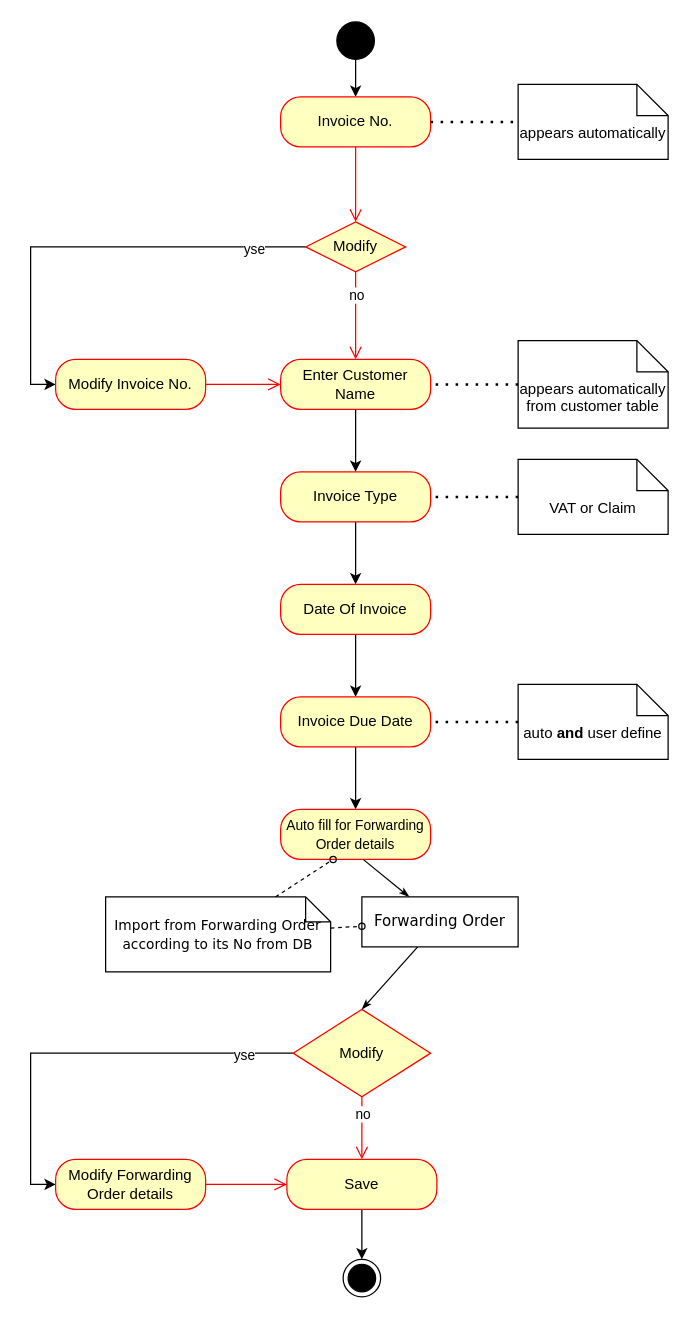
Earlier version of the draw.io diagram VAT Tax Invoice.drawio (amrawni33/Transfer). Source tidied: cells renumbered, new cells numbered last; positions are measured from the earlier drawing's top-left corner, leaving out a move shared by most shapes. Both pictures are drawn from the tidied source at 125%, with x=0, y=0 at pixel (55, 21).
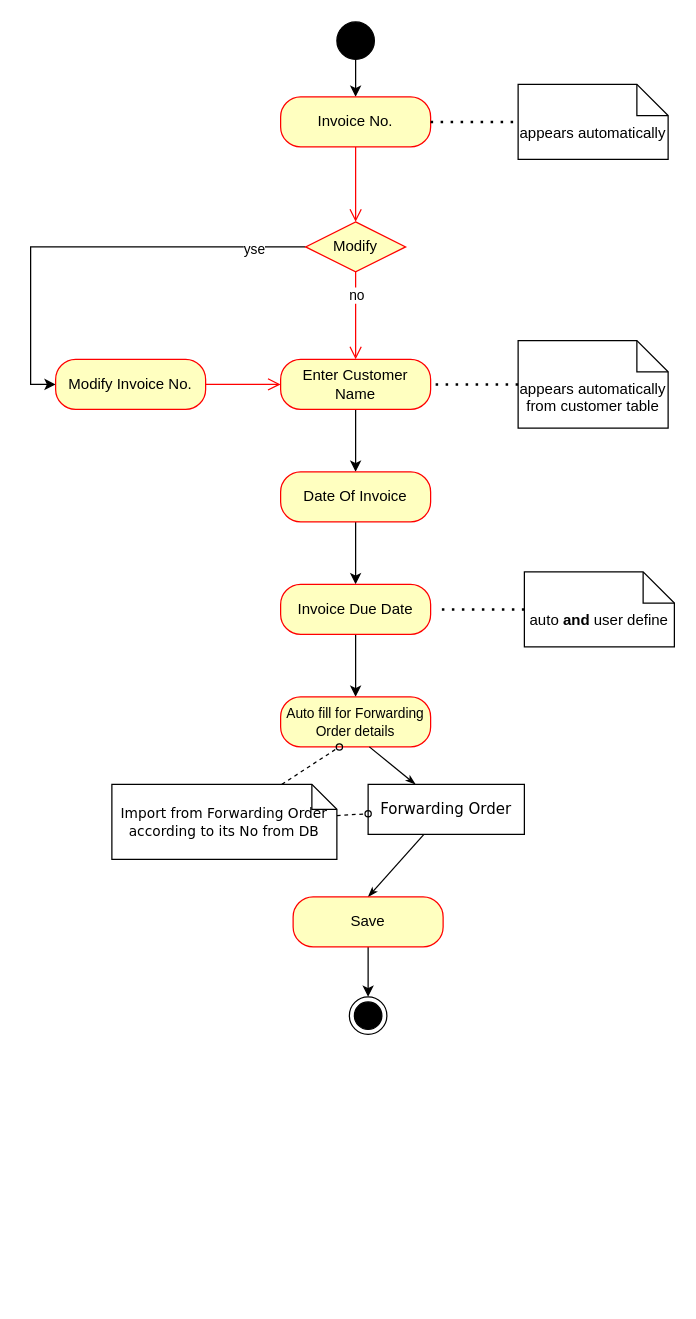
The same diagram, later.

The change refers to these unchanged cells:
```xml
<mxCell id="7" value="Enter Customer Name" style="rounded=1;whiteSpace=wrap;html=1;arcSize=40;fontColor=#000000;fillColor=#ffffc0;strokeColor=#ff0000;" parent="1" vertex="1">
  <mxGeometry x="180" y="270" width="120" height="40" as="geometry" />
</mxCell>
```

Diff of the diagram source:
```diff
@@
-    <mxCell id="6" style="edgeStyle=orthogonalEdgeStyle;rounded=0;jettySize=auto;html=1;" parent="1" edge="1" source="7" target="20">
+    <mxCell id="6" style="edgeStyle=orthogonalEdgeStyle;rounded=0;jettySize=auto;html=1;entryX=0.5;entryY=0;entryDx=0;entryDy=0;" parent="1" edge="1" source="7" target="24">
       <mxGeometry relative="1" as="geometry" />
     </mxCell>
@@
-    <mxCell id="19" style="edgeStyle=orthogonalEdgeStyle;rounded=0;jettySize=auto;html=1;" parent="1" edge="1" source="20" target="24">
-      <mxGeometry relative="1" as="geometry" />
-    </mxCell>
-    <mxCell id="20" value="Invoice Type" style="rounded=1;whiteSpace=wrap;html=1;arcSize=40;fontColor=#000000;fillColor=#ffffc0;strokeColor=#ff0000;" parent="1" vertex="1">
-      <mxGeometry x="180" y="360" width="120" height="40" as="geometry" />
-    </mxCell>
-    <mxCell id="21" value="VAT or&amp;nbsp;Claim" style="shape=note2;boundedLbl=1;whiteSpace=wrap;html=1;size=25;verticalAlign=top;align=center;" parent="1" vertex="1">
-      <mxGeometry x="370" y="350" width="120" height="60" as="geometry" />
-    </mxCell>
-    <mxCell id="22" style="endArrow=none;dashed=1;html=1;dashPattern=1 3;strokeWidth=2;rounded=0;entryX=1;entryY=0.5;entryDx=0;entryDy=0;exitX=0;exitY=0.5;exitDx=0;exitDy=0;exitPerimeter=0;" parent="1" edge="1" source="21" target="20">
-      <mxGeometry relative="1" as="geometry" />
-    </mxCell>
@@
     <mxCell id="24" value="Date Of Invoice" style="rounded=1;whiteSpace=wrap;html=1;arcSize=40;fontColor=#000000;fillColor=#ffffc0;strokeColor=#ff0000;" parent="1" vertex="1">
-      <mxGeometry x="180" y="450" width="120" height="40" as="geometry" />
+      <mxGeometry x="180" y="360" width="120" height="40" as="geometry" />
     </mxCell>
@@
     <mxCell id="26" value="Invoice Due Date" style="rounded=1;whiteSpace=wrap;html=1;arcSize=40;fontColor=#000000;fillColor=#ffffc0;strokeColor=#ff0000;" parent="1" vertex="1">
-      <mxGeometry x="180" y="540" width="120" height="40" as="geometry" />
+      <mxGeometry x="180" y="450" width="120" height="40" as="geometry" />
     </mxCell>
     <mxCell id="27" value="auto &lt;b&gt;and &lt;/b&gt;user define" style="shape=note2;boundedLbl=1;whiteSpace=wrap;html=1;size=25;verticalAlign=top;align=center;" parent="1" vertex="1">
-      <mxGeometry x="370" y="530" width="120" height="60" as="geometry" />
+      <mxGeometry x="375" y="440" width="120" height="60" as="geometry" />
     </mxCell>
     <mxCell id="28" style="endArrow=none;dashed=1;html=1;dashPattern=1 3;strokeWidth=2;rounded=0;exitX=0;exitY=0.5;exitDx=0;exitDy=0;exitPerimeter=0;" parent="1" edge="1" source="27">
       <mxGeometry relative="1" as="geometry">
-        <mxPoint x="300" y="560" as="targetPoint" />
+        <mxPoint x="305" y="470" as="targetPoint" />
       </mxGeometry>
     </mxCell>
     <mxCell id="29" value="&lt;font style=&quot;font-size: 11px;&quot;&gt;Auto fill for Forwarding Order details&lt;/font&gt;" style="rounded=1;whiteSpace=wrap;html=1;arcSize=40;fontColor=#000000;fillColor=#ffffc0;strokeColor=#ff0000;" parent="1" vertex="1">
-      <mxGeometry x="180" y="630" width="120" height="40" as="geometry" />
+      <mxGeometry x="180" y="540" width="120" height="40" as="geometry" />
     </mxCell>
     <mxCell id="30" style="edgeStyle=none;rounded=0;html=1;labelBackgroundColor=none;startArrow=none;startFill=0;startSize=5;endArrow=classicThin;endFill=1;endSize=5;jettySize=auto;strokeWidth=1;fontFamily=Verdana;fontSize=12;" parent="1" edge="1" target="32">
       <mxGeometry relative="1" as="geometry">
-        <mxPoint x="246" y="670" as="sourcePoint" />
+        <mxPoint x="251" y="580" as="sourcePoint" />
       </mxGeometry>
     </mxCell>
-    <mxCell id="31" style="edgeStyle=none;rounded=0;html=1;labelBackgroundColor=none;startArrow=none;startFill=0;startSize=5;endArrow=classicThin;endFill=1;endSize=5;jettySize=auto;strokeWidth=1;fontFamily=Verdana;fontSize=12;entryX=0.5;entryY=0;entryDx=0;entryDy=0;" parent="1" edge="1" source="32" target="40">
+    <mxCell id="31" style="edgeStyle=none;rounded=0;html=1;labelBackgroundColor=none;startArrow=none;startFill=0;startSize=5;endArrow=classicThin;endFill=1;endSize=5;jettySize=auto;strokeWidth=1;fontFamily=Verdana;fontSize=12;entryX=0.5;entryY=0;entryDx=0;entryDy=0;entryPerimeter=0;" parent="1" edge="1" source="32" target="37">
       <mxGeometry relative="1" as="geometry" />
     </mxCell>
     <mxCell id="32" value="Forwarding Order" style="rounded=0;whiteSpace=wrap;html=1;shadow=0;comic=0;labelBackgroundColor=none;strokeWidth=1;fontFamily=Verdana;fontSize=12;align=center;arcSize=50;" parent="1" vertex="1">
-      <mxGeometry x="245" y="700" width="125" height="40" as="geometry" />
+      <mxGeometry x="250" y="610" width="125" height="40" as="geometry" />
     </mxCell>
     <mxCell id="33" style="edgeStyle=none;rounded=0;html=1;dashed=1;labelBackgroundColor=none;startArrow=none;startFill=0;startSize=5;endArrow=oval;endFill=0;endSize=5;jettySize=auto;strokeWidth=1;fontFamily=Verdana;fontSize=12;" parent="1" edge="1" source="35">
       <mxGeometry relative="1" as="geometry">
-        <mxPoint x="222" y="670" as="targetPoint" />
+        <mxPoint x="227" y="580" as="targetPoint" />
       </mxGeometry>
     </mxCell>
@@
     <mxCell id="35" value="&lt;font style=&quot;font-size: 11px;&quot;&gt;Import from&amp;nbsp;Forwarding Order according to its No from DB&lt;/font&gt;" style="shape=note;whiteSpace=wrap;html=1;rounded=0;shadow=0;comic=0;labelBackgroundColor=none;strokeWidth=1;fontFamily=Verdana;fontSize=12;align=center;size=20;" parent="1" vertex="1">
-      <mxGeometry x="40" y="700" width="180" height="60" as="geometry" />
+      <mxGeometry x="45" y="610" width="180" height="60" as="geometry" />
     </mxCell>
@@
     <mxCell id="37" value="Save" style="rounded=1;whiteSpace=wrap;html=1;arcSize=40;fontColor=#000000;fillColor=#ffffc0;strokeColor=#ff0000;" parent="1" vertex="1">
-      <mxGeometry x="185" y="910" width="120" height="40" as="geometry" />
+      <mxGeometry x="190" y="700" width="120" height="40" as="geometry" />
     </mxCell>
-    <mxCell id="38" style="edgeStyle=orthogonalEdgeStyle;rounded=0;jettySize=auto;html=1;entryX=0;entryY=0.5;entryDx=0;entryDy=0;" parent="1" edge="1" source="40" target="43">
-      <mxGeometry relative="1" as="geometry" />
-    </mxCell>
-    <mxCell id="39" value="yse" style="edgeLabel;html=1;align=center;verticalAlign=middle;" parent="38" vertex="1">
-      <mxGeometry x="-0.76" y="1" relative="1" as="geometry" />
-    </mxCell>
-    <mxCell id="40" value="Modify" style="rhombus;whiteSpace=wrap;html=1;fontColor=#000000;fillColor=#ffffc0;strokeColor=#ff0000;" parent="1" vertex="1">
-      <mxGeometry x="190" y="790" width="110" height="70" as="geometry" />
-    </mxCell>
-    <mxCell id="41" style="edgeStyle=orthogonalEdgeStyle;html=1;align=left;verticalAlign=bottom;endArrow=open;endSize=8;strokeColor=#ff0000;rounded=0;entryX=0.5;entryY=0;entryDx=0;entryDy=0;exitX=0.5;exitY=1;exitDx=0;exitDy=0;" parent="1" edge="1" source="40" target="37">
-      <mxGeometry x="-1" relative="1" as="geometry" />
-    </mxCell>
-    <mxCell id="42" value="no" style="edgeLabel;html=1;align=center;verticalAlign=middle;" parent="41" vertex="1">
-      <mxGeometry x="-0.5" relative="1" as="geometry" />
-    </mxCell>
-    <mxCell id="43" value="Modify&amp;nbsp;Forwarding Order details" style="rounded=1;whiteSpace=wrap;html=1;arcSize=40;fontColor=#000000;fillColor=#ffffc0;strokeColor=#ff0000;" parent="1" vertex="1">
-      <mxGeometry y="910" width="120" height="40" as="geometry" />
-    </mxCell>
-    <mxCell id="44" style="edgeStyle=orthogonalEdgeStyle;html=1;verticalAlign=bottom;endArrow=open;endSize=8;strokeColor=#ff0000;rounded=0;entryX=0;entryY=0.5;entryDx=0;entryDy=0;" parent="1" edge="1" source="43" target="37">
-      <mxGeometry relative="1" as="geometry" />
-    </mxCell>
     <mxCell id="45" style="ellipse;html=1;shape=endState;fillColor=strokeColor;" parent="1" vertex="1">
-      <mxGeometry x="230" y="990" width="30" height="30" as="geometry" />
+      <mxGeometry x="235" y="780" width="30" height="30" as="geometry" />
     </mxCell>
```
